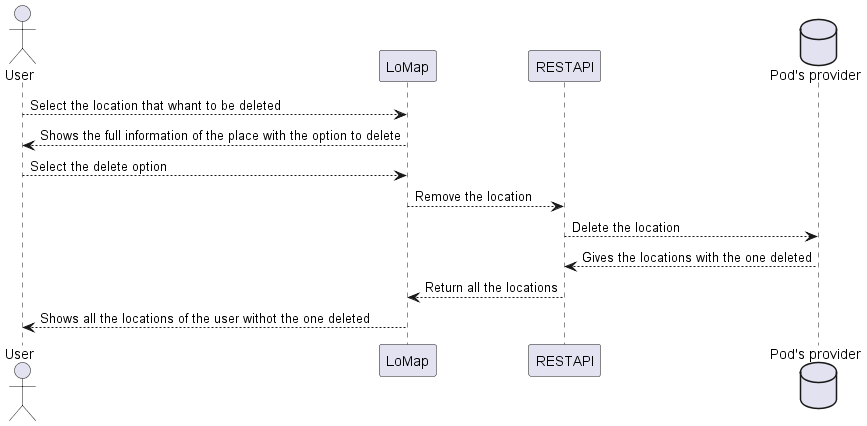
Earlier version of the PlantUML export images/Sequence diagram delete.png (Arquisoft/lomap_es1c).
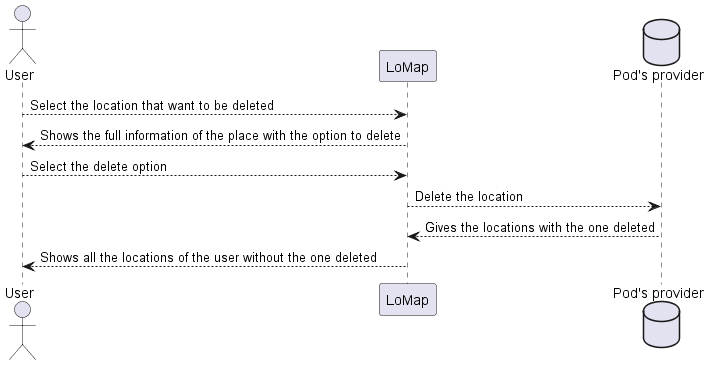
Later version of the same file.

What changed in the source:
```diff
@@ -1,15 +1,12 @@
 @startuml
 actor User
 Participant LoMap
-participant ra as "RESTAPI"
 database pod as "Pod's provider"
-User --> LoMap: Select the location that whant to be deleted
+User --> LoMap: Select the location that want to be deleted
 LoMap --> User: Shows the full information of the place with the option to delete
 User --> LoMap: Select the delete option
-LoMap --> ra: Remove the location
-ra --> pod: Delete the location
-pod --> ra: Gives the locations with the one deleted
-ra --> LoMap: Return all the locations
-LoMap --> User: Shows all the locations of the user withot the one deleted
+LoMap --> pod: Delete the location
+pod --> LoMap: Gives the locations with the one deleted
+LoMap --> User: Shows all the locations of the user without the one deleted
 
 @enduml
```
